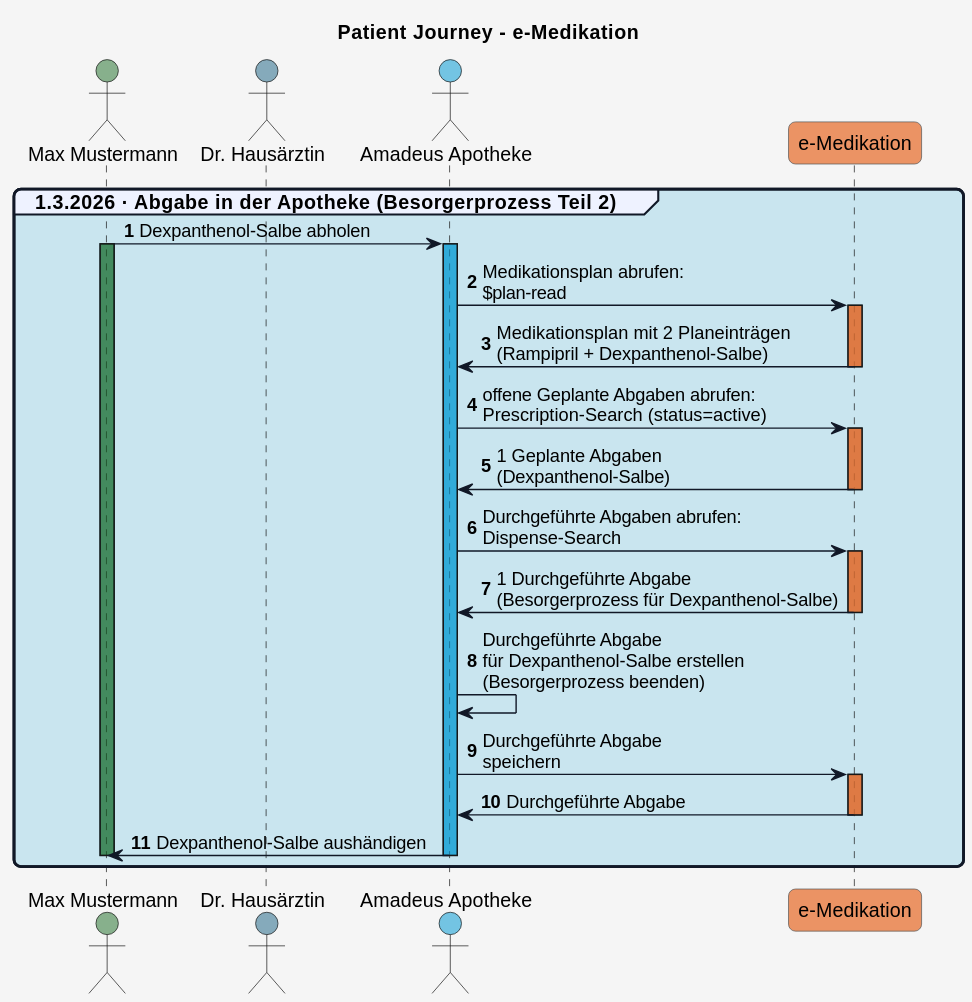
Before: r4-ELGA-e-Medikation-main/plantuml/patient_journey_06.svg, a diagram exported from PlantUML (HL7Austria/hl7austria.github.io).
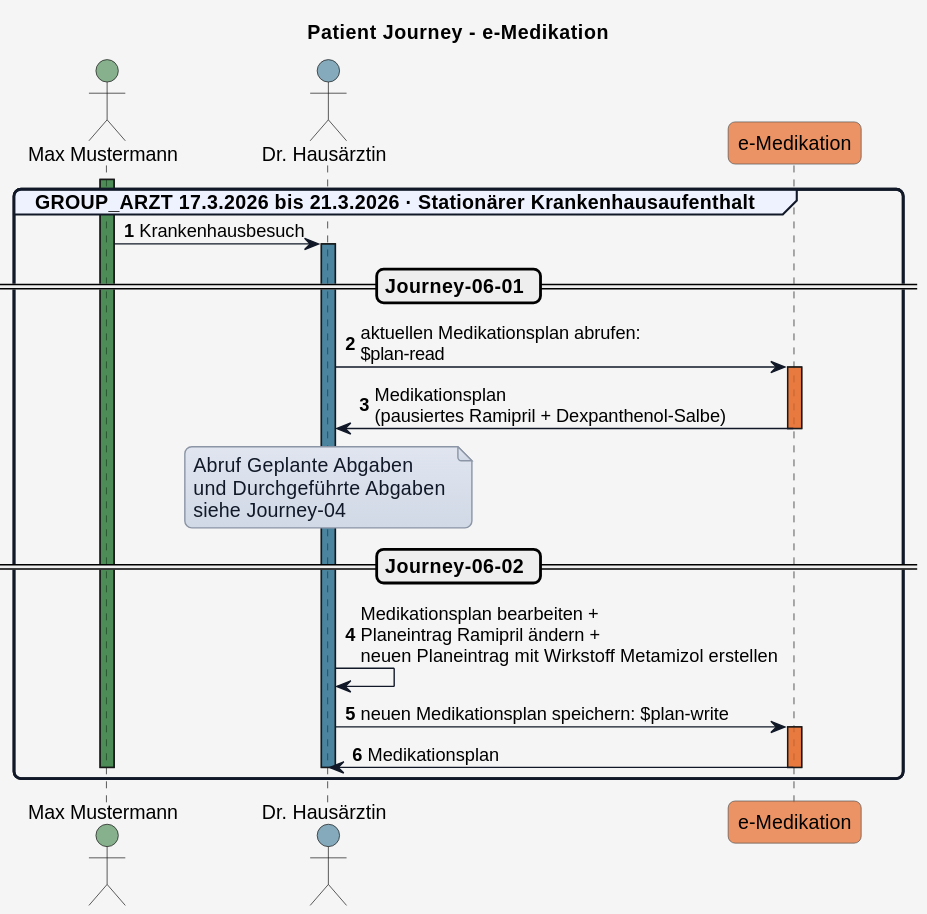
The same file after the commit.

What changed in the source:
```diff
@@ -52,43 +52,41 @@
 
 actor Patient as "Max Mustermann" COLOR_PATIENT
 actor Arzt_1 as "Dr. Hausärztin" COLOR_GDA_1
-actor Apotheke as "Amadeus Apotheke" COLOR_APO
 participant eMed_FA as "e-Medikation" COLOR_EMED_FA
 
-!define GROUP_ARZT          #96607D30
-!define GROUP_APO           #0F9ED530
-!define GROUP_KH           #beaf3c30
-!define GROUP_PAT           #196B2430
+
 
 autonumber
 
+group GROUP_ARZT 17.3.2026 bis 21.3.2026 · Stationärer Krankenhausaufenthalt
 
-group GROUP_APO 1.3.2026 · Abgabe in der Apotheke (Besorgerprozess Teil 2)
+  activate Patient COLOR_PATIENT
+  Patient -> Arzt_1: Krankenhausbesuch
+  activate Arzt_1 COLOR_GDA_1
 
-  Patient -> Apotheke: Dexpanthenol-Salbe abholen
-  activate Patient COLOR_PATIENT
-  activate Apotheke COLOR_APO
-  Apotheke -> eMed_FA: Medikationsplan abrufen:\n$plan-read
+  == Journey-06-01 ==
+
+  Arzt_1 -> eMed_FA: aktuellen Medikationsplan abrufen:\n$plan-read
   activate eMed_FA COLOR_EMED_FA
-  eMed_FA -> Apotheke: Medikationsplan mit 2 Planeinträgen\n(Rampipril + Dexpanthenol-Salbe)
+  eMed_FA -> Arzt_1: Medikationsplan\n(pausiertes Ramipril + Dexpanthenol-Salbe)
   deactivate eMed_FA
-  Apotheke -> eMed_FA: offene Geplante Abgaben abrufen:\nPrescription-Search (status=active)
-  activate eMed_FA COLOR_EMED_FA
-  eMed_FA -> Apotheke: 1 Geplante Abgaben\n(Dexpanthenol-Salbe)
-  deactivate eMed_FA
-  Apotheke -> eMed_FA: Durchgeführte Abgaben abrufen:\nDispense-Search
-  activate eMed_FA COLOR_EMED_FA
-  eMed_FA -> Apotheke: 1 Durchgeführte Abgabe\n(Besorgerprozess für Dexpanthenol-Salbe)
+  note over Arzt_1
+  Abruf Geplante Abgaben
+  und Durchgeführte Abgaben
+  siehe Journey-04
+  end note
   deactivate eMed_FA
 
-  Apotheke -> Apotheke: Durchgeführte Abgabe\nfür Dexpanthenol-Salbe erstellen\n(Besorgerprozess beenden)
-  Apotheke -> eMed_FA: Durchgeführte Abgabe\nspeichern
+  == Journey-06-02 ==
+
+  Arzt_1 -> Arzt_1: Medikationsplan bearbeiten +\nPlaneintrag Ramipril ändern +\nneuen Planeintrag mit Wirkstoff Metamizol erstellen
+  Arzt_1 -> eMed_FA: neuen Medikationsplan speichern: $plan-write
   activate eMed_FA COLOR_EMED_FA
-  eMed_FA -> Apotheke: Durchgeführte Abgabe
+  eMed_FA -> Arzt_1: Medikationsplan
   deactivate eMed_FA
-  Apotheke -> Patient: Dexpanthenol-Salbe aushändigen
-  deactivate Apotheke
   deactivate Patient
+  deactivate Arzt_1
+
 
 end
 @enduml
```
